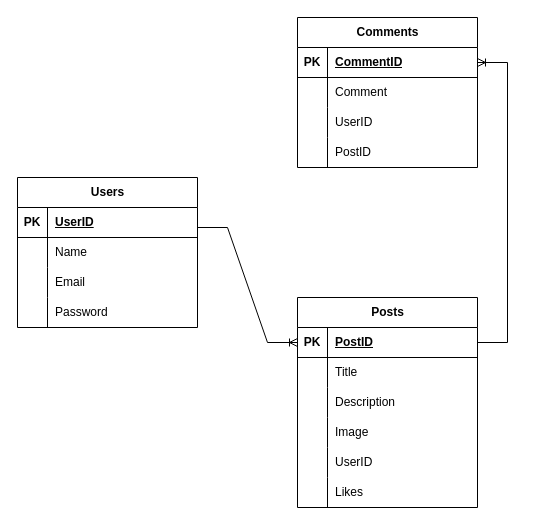
GilbertBautista5/IOD-CohortSE23 keeps this draw.io diagram as Module 8/ex1.drawio. Above is the earlier version. Source tidied: cells renumbered, new cells numbered last; positions are measured from the earlier drawing's top-left corner, leaving out a move shared by most shapes. Both pictures are drawn from the tidied source at 100%, with x=0, y=0 at pixel (17, 17).
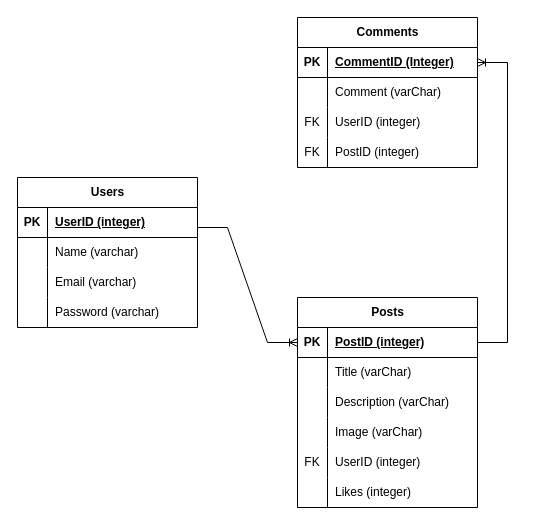
After the change.

Unchanged cells that the change refers to:
```xml
<mxCell id="3" style="shape=tableRow;horizontal=0;startSize=0;swimlaneHead=0;swimlaneBody=0;fillColor=none;top=0;left=0;right=0;bottom=1;" parent="2" vertex="1">
  <mxGeometry y="30" width="180" height="30" as="geometry" />
</mxCell>
<mxCell id="6" style="shape=tableRow;horizontal=0;startSize=0;swimlaneHead=0;swimlaneBody=0;fillColor=none;top=0;left=0;right=0;bottom=0;" parent="2" vertex="1">
  <mxGeometry y="60" width="180" height="30" as="geometry" />
</mxCell>
<mxCell id="9" style="shape=tableRow;horizontal=0;startSize=0;swimlaneHead=0;swimlaneBody=0;fillColor=none;top=0;left=0;right=0;bottom=0;" parent="2" vertex="1">
  <mxGeometry y="90" width="180" height="30" as="geometry" />
</mxCell>
<mxCell id="12" style="shape=tableRow;horizontal=0;startSize=0;swimlaneHead=0;swimlaneBody=0;fillColor=none;top=0;left=0;right=0;bottom=0;" parent="2" vertex="1">
  <mxGeometry y="120" width="180" height="30" as="geometry" />
</mxCell>
<mxCell id="16" style="shape=tableRow;horizontal=0;startSize=0;swimlaneHead=0;swimlaneBody=0;fillColor=none;points=[[0,0.5],[1,0.5]];portConstraint=eastwest;top=0;left=0;right=0;bottom=1;" parent="15" vertex="1">
  <mxGeometry y="30" width="180" height="30" as="geometry" />
</mxCell>
<mxCell id="19" style="shape=tableRow;horizontal=0;startSize=0;swimlaneHead=0;swimlaneBody=0;fillColor=none;top=0;left=0;right=0;bottom=0;" parent="15" vertex="1">
  <mxGeometry y="60" width="180" height="30" as="geometry" />
</mxCell>
<mxCell id="22" style="shape=tableRow;horizontal=0;startSize=0;swimlaneHead=0;swimlaneBody=0;fillColor=none;top=0;left=0;right=0;bottom=0;" parent="15" vertex="1">
  <mxGeometry y="90" width="180" height="30" as="geometry" />
</mxCell>
<mxCell id="25" style="shape=tableRow;horizontal=0;startSize=0;swimlaneHead=0;swimlaneBody=0;fillColor=none;top=0;left=0;right=0;bottom=0;" parent="15" vertex="1">
  <mxGeometry y="120" width="180" height="30" as="geometry" />
</mxCell>
<mxCell id="29" style="shape=tableRow;horizontal=0;startSize=0;swimlaneHead=0;swimlaneBody=0;fillColor=none;points=[[0,0.5],[1,0.5]];portConstraint=eastwest;top=0;left=0;right=0;bottom=1;" parent="28" vertex="1">
  <mxGeometry y="30" width="180" height="30" as="geometry" />
</mxCell>
<mxCell id="32" style="shape=tableRow;horizontal=0;startSize=0;swimlaneHead=0;swimlaneBody=0;fillColor=none;top=0;left=0;right=0;bottom=0;" parent="28" vertex="1">
  <mxGeometry y="60" width="180" height="30" as="geometry" />
</mxCell>
<mxCell id="35" style="shape=tableRow;horizontal=0;startSize=0;swimlaneHead=0;swimlaneBody=0;fillColor=none;top=0;left=0;right=0;bottom=0;" parent="28" vertex="1">
  <mxGeometry y="90" width="180" height="30" as="geometry" />
</mxCell>
<mxCell id="38" style="shape=tableRow;horizontal=0;startSize=0;swimlaneHead=0;swimlaneBody=0;fillColor=none;top=0;left=0;right=0;bottom=0;" parent="28" vertex="1">
  <mxGeometry y="120" width="180" height="30" as="geometry" />
</mxCell>
<mxCell id="41" style="shape=tableRow;horizontal=0;startSize=0;swimlaneHead=0;swimlaneBody=0;fillColor=none;top=0;left=0;right=0;bottom=0;" parent="28" vertex="1">
  <mxGeometry y="150" width="180" height="30" as="geometry" />
</mxCell>
<mxCell id="44" style="shape=tableRow;horizontal=0;startSize=0;swimlaneHead=0;swimlaneBody=0;fillColor=none;top=0;left=0;right=0;bottom=0;" parent="28" vertex="1">
  <mxGeometry y="180" width="180" height="30" as="geometry" />
</mxCell>
```

The edit, as a diff of the source:
```diff
@@
-    <mxCell id="5" value="UserID" style="shape=partialRectangle;fillColor=none;top=0;left=0;bottom=0;right=0;align=left;spacingLeft=6;fontStyle=5;overflow=hidden;whiteSpace=wrap;html=1;" parent="3" vertex="1">
+    <mxCell id="5" value="UserID (integer)" style="shape=partialRectangle;fillColor=none;top=0;left=0;bottom=0;right=0;align=left;spacingLeft=6;fontStyle=5;overflow=hidden;whiteSpace=wrap;html=1;" parent="3" vertex="1">
       <mxGeometry x="30" width="150" height="30" as="geometry" />
     </mxCell>
@@
-    <mxCell id="8" value="Name" style="shape=partialRectangle;fillColor=none;top=0;left=0;bottom=0;right=0;align=left;spacingLeft=6;overflow=hidden;whiteSpace=wrap;html=1;" parent="6" vertex="1">
+    <mxCell id="8" value="Name (varchar)" style="shape=partialRectangle;fillColor=none;top=0;left=0;bottom=0;right=0;align=left;spacingLeft=6;overflow=hidden;whiteSpace=wrap;html=1;" parent="6" vertex="1">
       <mxGeometry x="30" width="150" height="30" as="geometry" />
     </mxCell>
@@
-    <mxCell id="11" value="Email" style="shape=partialRectangle;fillColor=none;top=0;left=0;bottom=0;right=0;align=left;spacingLeft=6;overflow=hidden;whiteSpace=wrap;html=1;" parent="9" vertex="1">
+    <mxCell id="11" value="Email (varchar)" style="shape=partialRectangle;fillColor=none;top=0;left=0;bottom=0;right=0;align=left;spacingLeft=6;overflow=hidden;whiteSpace=wrap;html=1;" parent="9" vertex="1">
       <mxGeometry x="30" width="150" height="30" as="geometry" />
     </mxCell>
@@
-    <mxCell id="14" value="Password" style="shape=partialRectangle;fillColor=none;top=0;left=0;bottom=0;right=0;align=left;spacingLeft=6;overflow=hidden;whiteSpace=wrap;html=1;" parent="12" vertex="1">
+    <mxCell id="14" value="Password (varchar)" style="shape=partialRectangle;fillColor=none;top=0;left=0;bottom=0;right=0;align=left;spacingLeft=6;overflow=hidden;whiteSpace=wrap;html=1;" parent="12" vertex="1">
       <mxGeometry x="30" width="150" height="30" as="geometry" />
     </mxCell>
@@
-    <mxCell id="18" value="CommentID" style="shape=partialRectangle;fillColor=none;top=0;left=0;bottom=0;right=0;align=left;spacingLeft=6;fontStyle=5;overflow=hidden;whiteSpace=wrap;html=1;" parent="16" vertex="1">
+    <mxCell id="18" value="CommentID (Integer)" style="shape=partialRectangle;fillColor=none;top=0;left=0;bottom=0;right=0;align=left;spacingLeft=6;fontStyle=5;overflow=hidden;whiteSpace=wrap;html=1;" parent="16" vertex="1">
       <mxGeometry x="30" width="150" height="30" as="geometry" />
     </mxCell>
@@
-    <mxCell id="21" value="Comment" style="shape=partialRectangle;fillColor=none;top=0;left=0;bottom=0;right=0;align=left;spacingLeft=6;overflow=hidden;whiteSpace=wrap;html=1;" parent="19" vertex="1">
+    <mxCell id="21" value="Comment (varChar)" style="shape=partialRectangle;fillColor=none;top=0;left=0;bottom=0;right=0;align=left;spacingLeft=6;overflow=hidden;whiteSpace=wrap;html=1;" parent="19" vertex="1">
       <mxGeometry x="30" width="150" height="30" as="geometry" />
     </mxCell>
@@
-    <mxCell id="23" style="shape=partialRectangle;fillColor=none;top=0;left=0;bottom=0;right=0;overflow=hidden;whiteSpace=wrap;html=1;" parent="22" vertex="1">
+    <mxCell id="23" value="FK" style="shape=partialRectangle;fillColor=none;top=0;left=0;bottom=0;right=0;overflow=hidden;whiteSpace=wrap;html=1;" parent="22" vertex="1">
       <mxGeometry width="30" height="30" as="geometry" />
     </mxCell>
-    <mxCell id="24" value="UserID" style="shape=partialRectangle;fillColor=none;top=0;left=0;bottom=0;right=0;align=left;spacingLeft=6;overflow=hidden;whiteSpace=wrap;html=1;" parent="22" vertex="1">
+    <mxCell id="24" value="UserID (integer)" style="shape=partialRectangle;fillColor=none;top=0;left=0;bottom=0;right=0;align=left;spacingLeft=6;overflow=hidden;whiteSpace=wrap;html=1;" parent="22" vertex="1">
       <mxGeometry x="30" width="150" height="30" as="geometry" />
     </mxCell>
@@
-    <mxCell id="26" style="shape=partialRectangle;fillColor=none;top=0;left=0;bottom=0;right=0;overflow=hidden;whiteSpace=wrap;html=1;" parent="25" vertex="1">
+    <mxCell id="26" value="FK" style="shape=partialRectangle;fillColor=none;top=0;left=0;bottom=0;right=0;overflow=hidden;whiteSpace=wrap;html=1;" parent="25" vertex="1">
       <mxGeometry width="30" height="30" as="geometry" />
     </mxCell>
-    <mxCell id="27" value="PostID" style="shape=partialRectangle;fillColor=none;top=0;left=0;bottom=0;right=0;align=left;spacingLeft=6;overflow=hidden;whiteSpace=wrap;html=1;" parent="25" vertex="1">
+    <mxCell id="27" value="PostID (integer)" style="shape=partialRectangle;fillColor=none;top=0;left=0;bottom=0;right=0;align=left;spacingLeft=6;overflow=hidden;whiteSpace=wrap;html=1;" parent="25" vertex="1">
       <mxGeometry x="30" width="150" height="30" as="geometry" />
     </mxCell>
@@
-    <mxCell id="31" value="PostID" style="shape=partialRectangle;fillColor=none;top=0;left=0;bottom=0;right=0;align=left;spacingLeft=6;fontStyle=5;overflow=hidden;whiteSpace=wrap;html=1;" parent="29" vertex="1">
+    <mxCell id="31" value="PostID (integer)" style="shape=partialRectangle;fillColor=none;top=0;left=0;bottom=0;right=0;align=left;spacingLeft=6;fontStyle=5;overflow=hidden;whiteSpace=wrap;html=1;" parent="29" vertex="1">
       <mxGeometry x="30" width="150" height="30" as="geometry" />
     </mxCell>
@@
-    <mxCell id="34" value="Title" style="shape=partialRectangle;fillColor=none;top=0;left=0;bottom=0;right=0;align=left;spacingLeft=6;overflow=hidden;whiteSpace=wrap;html=1;" parent="32" vertex="1">
+    <mxCell id="34" value="Title (varChar)" style="shape=partialRectangle;fillColor=none;top=0;left=0;bottom=0;right=0;align=left;spacingLeft=6;overflow=hidden;whiteSpace=wrap;html=1;" parent="32" vertex="1">
       <mxGeometry x="30" width="150" height="30" as="geometry" />
     </mxCell>
@@
-    <mxCell id="37" value="Description" style="shape=partialRectangle;fillColor=none;top=0;left=0;bottom=0;right=0;align=left;spacingLeft=6;overflow=hidden;whiteSpace=wrap;html=1;" parent="35" vertex="1">
+    <mxCell id="37" value="Description (varChar)" style="shape=partialRectangle;fillColor=none;top=0;left=0;bottom=0;right=0;align=left;spacingLeft=6;overflow=hidden;whiteSpace=wrap;html=1;" parent="35" vertex="1">
       <mxGeometry x="30" width="150" height="30" as="geometry" />
     </mxCell>
@@
-    <mxCell id="40" value="Image" style="shape=partialRectangle;fillColor=none;top=0;left=0;bottom=0;right=0;align=left;spacingLeft=6;overflow=hidden;whiteSpace=wrap;html=1;" parent="38" vertex="1">
+    <mxCell id="40" value="Image (varChar)" style="shape=partialRectangle;fillColor=none;top=0;left=0;bottom=0;right=0;align=left;spacingLeft=6;overflow=hidden;whiteSpace=wrap;html=1;" parent="38" vertex="1">
       <mxGeometry x="30" width="150" height="30" as="geometry" />
     </mxCell>
@@
-    <mxCell id="42" style="shape=partialRectangle;fillColor=none;top=0;left=0;bottom=0;right=0;overflow=hidden;whiteSpace=wrap;html=1;" parent="41" vertex="1">
+    <mxCell id="42" value="FK" style="shape=partialRectangle;fillColor=none;top=0;left=0;bottom=0;right=0;overflow=hidden;whiteSpace=wrap;html=1;" parent="41" vertex="1">
       <mxGeometry width="30" height="30" as="geometry" />
     </mxCell>
-    <mxCell id="43" value="UserID" style="shape=partialRectangle;fillColor=none;top=0;left=0;bottom=0;right=0;align=left;spacingLeft=6;overflow=hidden;whiteSpace=wrap;html=1;" parent="41" vertex="1">
+    <mxCell id="43" value="UserID (integer)" style="shape=partialRectangle;fillColor=none;top=0;left=0;bottom=0;right=0;align=left;spacingLeft=6;overflow=hidden;whiteSpace=wrap;html=1;" parent="41" vertex="1">
       <mxGeometry x="30" width="150" height="30" as="geometry" />
     </mxCell>
@@
-    <mxCell id="46" value="Likes" style="shape=partialRectangle;fillColor=none;top=0;left=0;bottom=0;right=0;align=left;spacingLeft=6;overflow=hidden;whiteSpace=wrap;html=1;" parent="44" vertex="1">
+    <mxCell id="46" value="Likes (integer)" style="shape=partialRectangle;fillColor=none;top=0;left=0;bottom=0;right=0;align=left;spacingLeft=6;overflow=hidden;whiteSpace=wrap;html=1;" parent="44" vertex="1">
       <mxGeometry x="30" width="150" height="30" as="geometry" />
     </mxCell>
```
